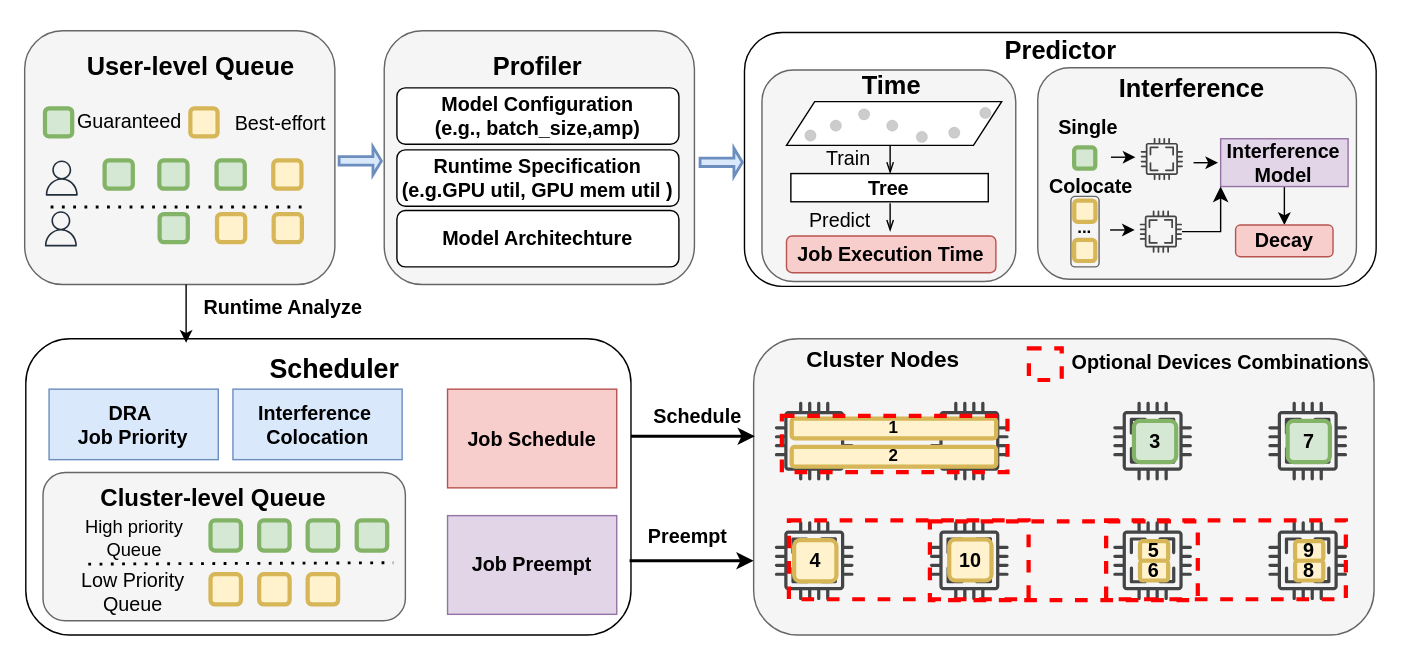
Jinghao-coding/paperstudy keeps this draw.io diagram as cluster2025/figs/3.1overview1_v2.drawio. Above is the earlier version. Source tidied: cells renumbered, new cells numbered last; positions are measured from the earlier drawing's top-left corner, leaving out a move shared by most shapes. Both pictures are drawn from the tidied source at 141%, with x=0, y=0 at pixel (24, 24).
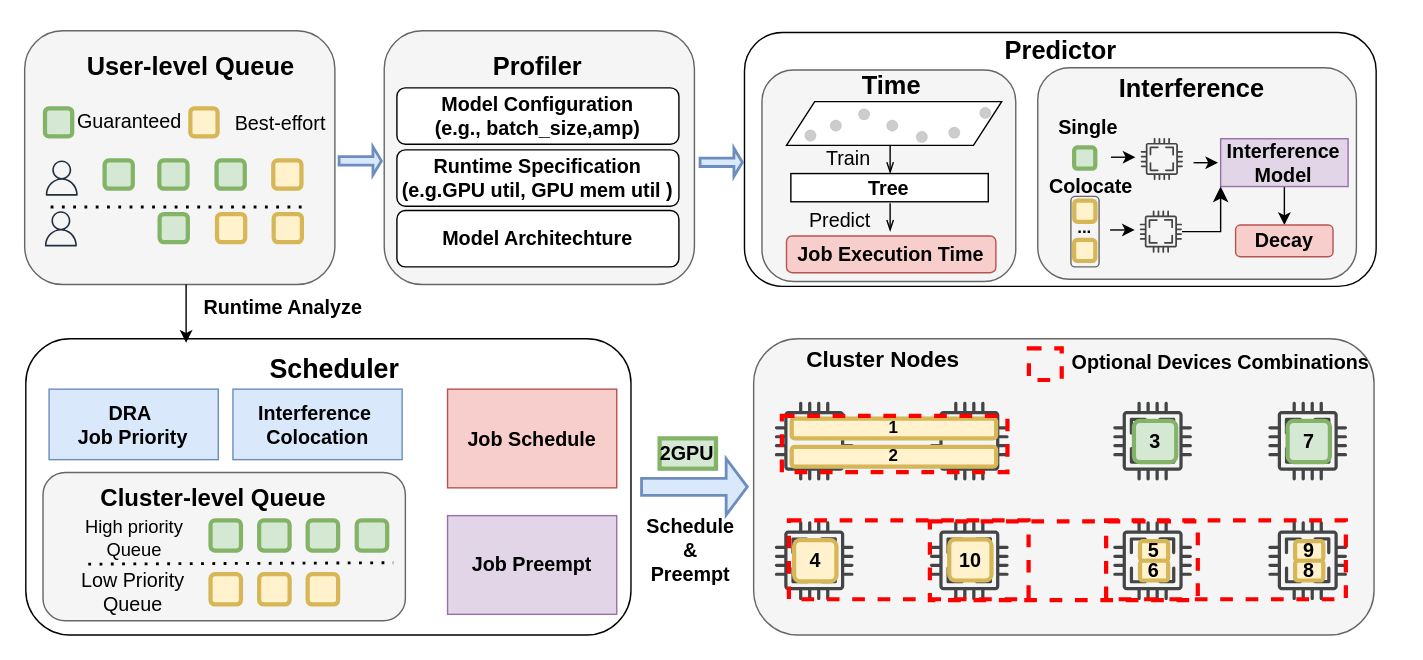
The same diagram, later.

The change refers to these unchanged cells:
```xml
<mxCell id="4" style="rounded=1;whiteSpace=wrap;html=1;align=center;verticalAlign=middle;fontFamily=Helvetica;fontSize=12;" parent="1" vertex="1">
  <mxGeometry x="0.8" y="222.8" width="429.2" height="210" as="geometry" />
</mxCell>
<mxCell id="23" style="rounded=1;whiteSpace=wrap;html=1;fillColor=#f5f5f5;strokeColor=#666666;fontColor=#333333;" parent="1" vertex="1">
  <mxGeometry x="517" y="222.8" width="440" height="210" as="geometry" />
</mxCell>
```

Change to the diagram source:
```diff
@@
-    <mxCell id="87" style="endArrow=classic;html=1;rounded=0;strokeWidth=2;exitX=1;exitY=0.329;exitDx=0;exitDy=0;exitPerimeter=0;entryX=0.002;entryY=0.329;entryDx=0;entryDy=0;entryPerimeter=0;" parent="1" edge="1" source="4" target="23">
-      <mxGeometry relative="1" as="geometry" />
-    </mxCell>
-    <mxCell id="88" style="endArrow=classic;html=1;rounded=0;strokeWidth=2;exitX=1;exitY=0.329;exitDx=0;exitDy=0;exitPerimeter=0;entryX=0.002;entryY=0.329;entryDx=0;entryDy=0;entryPerimeter=0;" parent="1" edge="1">
-      <mxGeometry relative="1" as="geometry">
-        <mxPoint x="429" y="380.2" as="sourcePoint" />
-        <mxPoint x="517" y="380.2" as="targetPoint" />
-      </mxGeometry>
-    </mxCell>
-    <mxCell id="89" value="&lt;font style=&quot;font-size: 14px;&quot;&gt;&lt;b&gt;Preempt&lt;/b&gt;&lt;/font&gt;" style="text;html=1;align=center;verticalAlign=middle;strokeColor=none;fillColor=none;" parent="1" vertex="1">
-      <mxGeometry x="430" y="348.2" width="80" height="30" as="geometry" />
-    </mxCell>
-    <mxCell id="90" value="&lt;font style=&quot;font-size: 14px;&quot;&gt;&lt;b&gt;Schedule&lt;/b&gt;&lt;/font&gt;" style="text;html=1;align=center;verticalAlign=middle;strokeColor=none;fillColor=none;" parent="1" vertex="1">
-      <mxGeometry x="432" y="263.4" width="90" height="30" as="geometry" />
+    <mxCell id="90" value="&lt;font style=&quot;font-size: 14px;&quot;&gt;&lt;b&gt;Schedule&lt;/b&gt;&lt;/font&gt;&lt;div&gt;&lt;font style=&quot;font-size: 14px;&quot;&gt;&lt;b&gt;&amp;amp;&lt;/b&gt;&lt;/font&gt;&lt;/div&gt;&lt;div&gt;&lt;font style=&quot;font-size: 14px;&quot;&gt;&lt;b&gt;Preempt&lt;/b&gt;&lt;/font&gt;&lt;/div&gt;" style="text;html=1;align=center;verticalAlign=middle;strokeColor=none;fillColor=none;" parent="1" vertex="1">
+      <mxGeometry x="427" y="342.8" width="90" height="60" as="geometry" />
     </mxCell>
@@
+    <mxCell id="114" style="shape=singleArrow;whiteSpace=wrap;html=1;fillColor=#dae8fc;strokeColor=#6c8ebf;strokeWidth=2;" parent="1" vertex="1">
+      <mxGeometry x="437.5" y="307.8" width="75" height="40" as="geometry" />
+    </mxCell>
+    <mxCell id="115" value="&lt;font style=&quot;font-size: 14px;&quot;&gt;&lt;b&gt;2GPU&lt;/b&gt;&lt;/font&gt;" style="rounded=1;whiteSpace=wrap;html=1;fillColor=#d5e8d4;strokeColor=#82b366;strokeWidth=3;arcSize=0;" parent="1" vertex="1">
+      <mxGeometry x="450.3" y="293.4" width="40" height="21.5" as="geometry" />
+    </mxCell>
```
